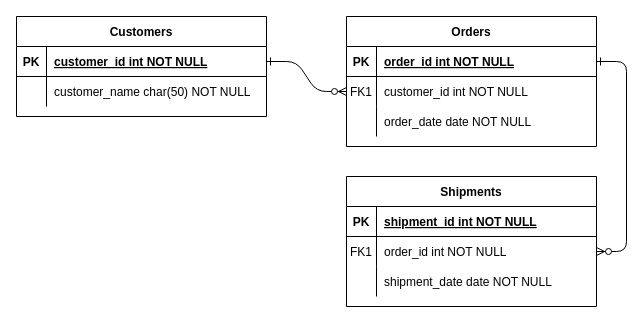
This is Untitled Diagram.drawio from Dilipjp/use-of-data-project, a draw.io file, before an edit. Source tidied: cells renumbered, new cells numbered last; positions are measured from the earlier drawing's top-left corner, leaving out a move shared by most shapes. Both pictures are drawn from the tidied source at 100%, with x=0, y=0 at pixel (16, 16).
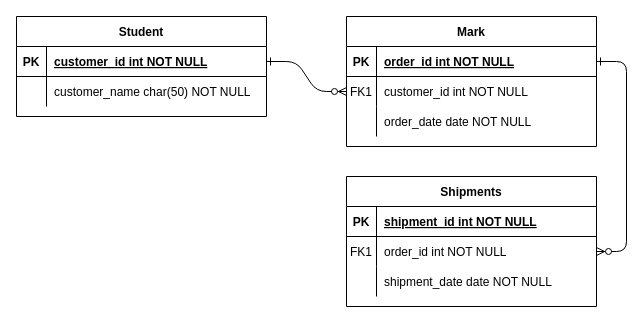
Above is the later version.

What changed in the source:
```diff
@@
-    <mxCell id="4" value="Orders" style="shape=table;startSize=30;childLayout=tableLayout;rowLines=0;fontStyle=1;align=center;" parent="1" vertex="1">
+    <mxCell id="4" value="Mark" style="shape=table;startSize=30;childLayout=tableLayout;rowLines=0;fontStyle=1;align=center;" parent="1" vertex="1">
       <mxGeometry x="330" width="250" height="130" as="geometry" />
     </mxCell>
@@
-    <mxCell id="24" value="Customers" style="shape=table;startSize=30;childLayout=tableLayout;rowLines=0;fontStyle=1;align=center;" parent="1" vertex="1">
+    <mxCell id="24" value="Student" style="shape=table;startSize=30;childLayout=tableLayout;rowLines=0;fontStyle=1;align=center;" parent="1" vertex="1">
       <mxGeometry width="250" height="100" as="geometry" />
     </mxCell>
```
